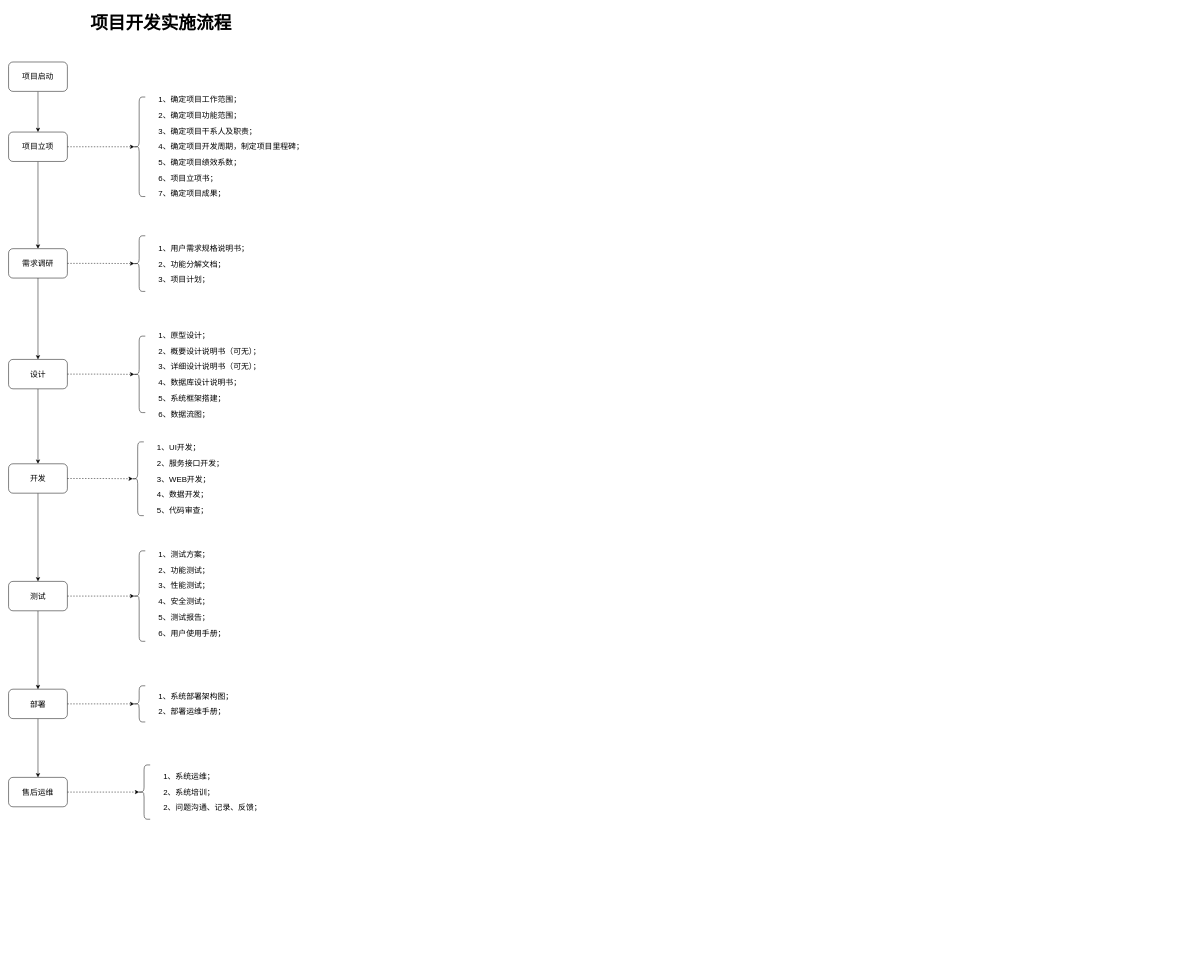
Earlier version of the draw.io diagram 项目管理&绩效考核.drawio (z-cloud-z/draw). Source tidied: cells renumbered, new cells numbered last; positions are measured from the earlier drawing's top-left corner, leaving out a move shared by most shapes. Both pictures are drawn from the tidied source at 49%, with x=0, y=0 at pixel (8, 8).
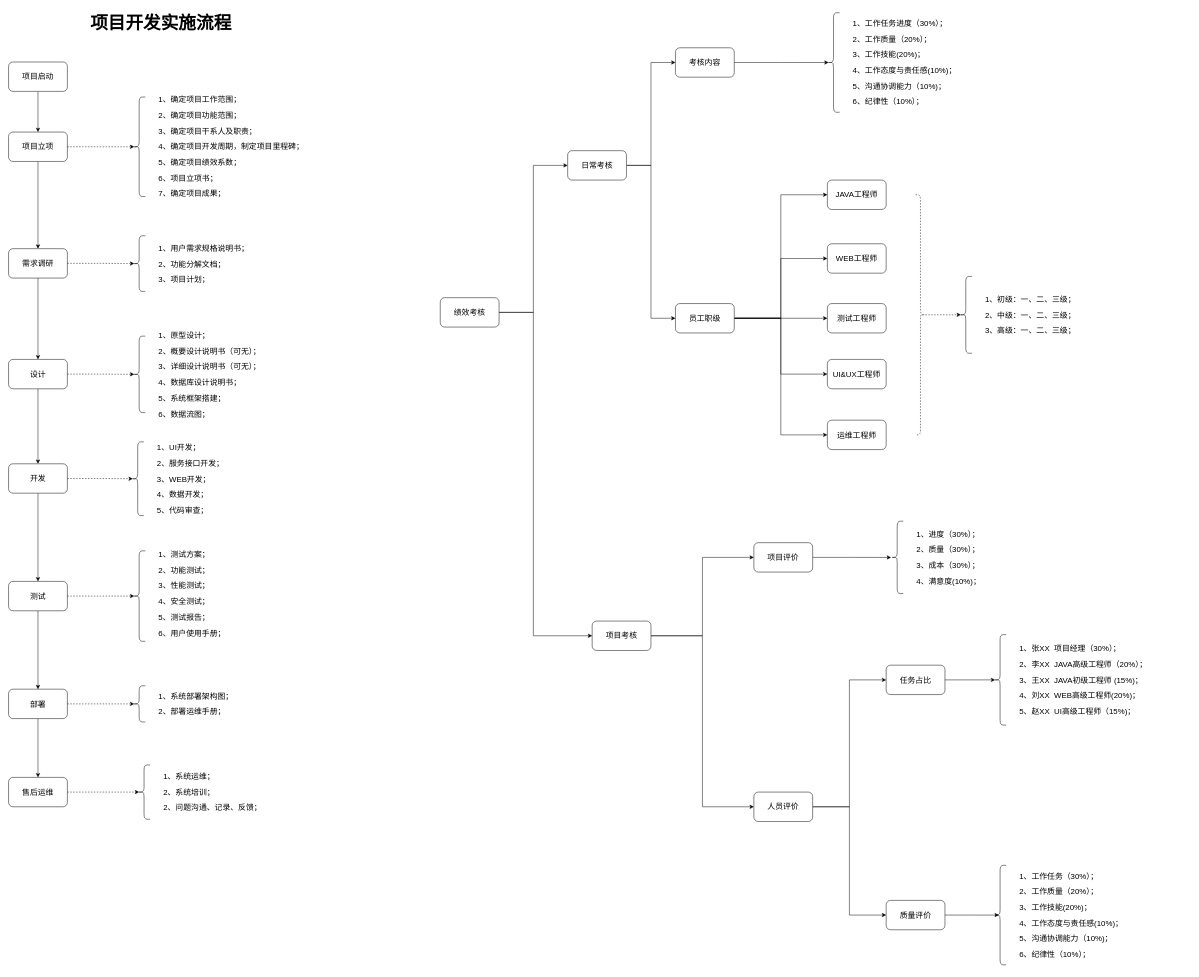
Above is the later version.

Commit message:
更新项目管理&绩效考核.drawio

The edit, as a diff of the source:
```diff
@@
+    <mxCell id="46" style="edgeStyle=orthogonalEdgeStyle;rounded=0;jettySize=auto;html=1;entryX=0;entryY=0.5;entryDx=0;entryDy=0;" parent="1" edge="1" source="48" target="52">
+      <mxGeometry relative="1" as="geometry" />
+    </mxCell>
+    <mxCell id="47" style="edgeStyle=orthogonalEdgeStyle;rounded=0;jettySize=auto;html=1;entryX=0;entryY=0.5;entryDx=0;entryDy=0;" parent="1" edge="1" source="48" target="55">
+      <mxGeometry relative="1" as="geometry">
+        <Array as="points">
+          <mxPoint x="1071" y="620" />
+          <mxPoint x="1071" y="1280" />
+        </Array>
+      </mxGeometry>
+    </mxCell>
+    <mxCell id="48" value="绩效考核" style="rounded=1;whiteSpace=wrap;html=1;fontSize=16;" parent="1" vertex="1">
+      <mxGeometry x="881" y="590" width="120" height="60" as="geometry" />
+    </mxCell>
+    <mxCell id="49" style="edgeStyle=orthogonalEdgeStyle;rounded=0;jettySize=auto;html=1;entryX=0.1;entryY=0.5;entryDx=0;entryDy=0;entryPerimeter=0;exitX=1;exitY=0.5;exitDx=0;exitDy=0;" parent="1" edge="1" source="61" target="59">
+      <mxGeometry relative="1" as="geometry" />
+    </mxCell>
+    <mxCell id="50" style="edgeStyle=orthogonalEdgeStyle;rounded=0;jettySize=auto;html=1;entryX=0;entryY=0.5;entryDx=0;entryDy=0;" parent="1" edge="1" source="52" target="61">
+      <mxGeometry relative="1" as="geometry" />
+    </mxCell>
+    <mxCell id="51" style="edgeStyle=orthogonalEdgeStyle;rounded=0;jettySize=auto;html=1;entryX=0;entryY=0.5;entryDx=0;entryDy=0;" parent="1" edge="1" source="52" target="67">
+      <mxGeometry relative="1" as="geometry" />
+    </mxCell>
+    <mxCell id="52" value="日常考核" style="rounded=1;whiteSpace=wrap;html=1;fontSize=16;" parent="1" vertex="1">
+      <mxGeometry x="1141" y="290" width="120" height="60" as="geometry" />
+    </mxCell>
+    <mxCell id="53" style="edgeStyle=orthogonalEdgeStyle;rounded=0;jettySize=auto;html=1;entryX=0;entryY=0.5;entryDx=0;entryDy=0;" parent="1" edge="1" source="55" target="57">
+      <mxGeometry relative="1" as="geometry" />
+    </mxCell>
+    <mxCell id="54" style="edgeStyle=orthogonalEdgeStyle;rounded=0;jettySize=auto;html=1;entryX=0;entryY=0.5;entryDx=0;entryDy=0;" parent="1" edge="1" source="55" target="83">
+      <mxGeometry relative="1" as="geometry" />
+    </mxCell>
+    <mxCell id="55" value="项目考核" style="rounded=1;whiteSpace=wrap;html=1;fontSize=16;" parent="1" vertex="1">
+      <mxGeometry x="1191" y="1250" width="120" height="60" as="geometry" />
+    </mxCell>
+    <mxCell id="56" style="edgeStyle=orthogonalEdgeStyle;rounded=0;jettySize=auto;html=1;" parent="1" edge="1" source="57" target="79">
+      <mxGeometry relative="1" as="geometry" />
+    </mxCell>
+    <mxCell id="57" value="项目评价" style="rounded=1;whiteSpace=wrap;html=1;fontSize=16;" parent="1" vertex="1">
+      <mxGeometry x="1521" y="1090" width="120" height="60" as="geometry" />
+    </mxCell>
+    <mxCell id="58" style="group;fontSize=16;" parent="1" vertex="1">
+      <mxGeometry x="1671" width="400" height="220" as="geometry" />
+    </mxCell>
+    <mxCell id="59" style="shape=curlyBracket;whiteSpace=wrap;html=1;rounded=1;labelPosition=left;verticalLabelPosition=middle;align=right;verticalAlign=middle;fontSize=16;" parent="58" vertex="1">
+      <mxGeometry y="8.5" width="25" height="203.1" as="geometry" />
+    </mxCell>
+    <mxCell id="60" value="&lt;p style=&quot;line-height: 100%;&quot;&gt;1、工作任务进度（30%）；&lt;/p&gt;&lt;p style=&quot;line-height: 100%;&quot;&gt;2、工作质量（20%）；&lt;/p&gt;&lt;p style=&quot;line-height: 100%;&quot;&gt;3、工作技能(20%)；&lt;/p&gt;&lt;p style=&quot;line-height: 100%;&quot;&gt;4、工作态度与责任感(10%)；&lt;/p&gt;&lt;p style=&quot;line-height: 100%;&quot;&gt;5、沟通协调能力（10%)；&lt;/p&gt;&lt;p style=&quot;line-height: 100%;&quot;&gt;6、纪律性（10%）；&lt;/p&gt;" style="text;html=1;strokeColor=none;fillColor=none;align=left;verticalAlign=middle;whiteSpace=wrap;rounded=0;horizontal=1;fontSize=16;" parent="58" vertex="1">
+      <mxGeometry x="50" width="350" height="220" as="geometry" />
+    </mxCell>
+    <mxCell id="61" value="考核内容" style="rounded=1;whiteSpace=wrap;html=1;fontSize=16;" parent="1" vertex="1">
+      <mxGeometry x="1361" y="80" width="120" height="60" as="geometry" />
+    </mxCell>
+    <mxCell id="62" style="edgeStyle=orthogonalEdgeStyle;rounded=0;jettySize=auto;html=1;entryX=0;entryY=0.5;entryDx=0;entryDy=0;" parent="1" edge="1" source="67" target="69">
+      <mxGeometry relative="1" as="geometry" />
+    </mxCell>
+    <mxCell id="63" style="edgeStyle=orthogonalEdgeStyle;rounded=0;jettySize=auto;html=1;entryX=0;entryY=0.5;entryDx=0;entryDy=0;" parent="1" edge="1" source="67" target="70">
+      <mxGeometry relative="1" as="geometry" />
+    </mxCell>
+    <mxCell id="64" style="edgeStyle=orthogonalEdgeStyle;rounded=0;jettySize=auto;html=1;entryX=0;entryY=0.5;entryDx=0;entryDy=0;" parent="1" edge="1" source="67" target="68">
+      <mxGeometry relative="1" as="geometry" />
+    </mxCell>
+    <mxCell id="65" style="edgeStyle=orthogonalEdgeStyle;rounded=0;jettySize=auto;html=1;entryX=0;entryY=0.5;entryDx=0;entryDy=0;" parent="1" edge="1" source="67" target="71">
+      <mxGeometry relative="1" as="geometry" />
+    </mxCell>
+    <mxCell id="66" style="edgeStyle=orthogonalEdgeStyle;rounded=0;jettySize=auto;html=1;entryX=0;entryY=0.5;entryDx=0;entryDy=0;" parent="1" edge="1" source="67" target="72">
+      <mxGeometry relative="1" as="geometry" />
+    </mxCell>
+    <mxCell id="67" value="员工职级" style="rounded=1;whiteSpace=wrap;html=1;fontSize=16;" parent="1" vertex="1">
+      <mxGeometry x="1361" y="602" width="120" height="60" as="geometry" />
+    </mxCell>
+    <mxCell id="68" value="JAVA工程师" style="rounded=1;whiteSpace=wrap;html=1;fontSize=16;" parent="1" vertex="1">
+      <mxGeometry x="1671" y="350" width="120" height="60" as="geometry" />
+    </mxCell>
+    <mxCell id="69" value="测试工程师" style="rounded=1;whiteSpace=wrap;html=1;fontSize=16;" parent="1" vertex="1">
+      <mxGeometry x="1671" y="602" width="120" height="60" as="geometry" />
+    </mxCell>
+    <mxCell id="70" value="WEB工程师" style="rounded=1;whiteSpace=wrap;html=1;fontSize=16;" parent="1" vertex="1">
+      <mxGeometry x="1671" y="480" width="120" height="60" as="geometry" />
+    </mxCell>
+    <mxCell id="71" value="UI&amp;amp;UX工程师" style="rounded=1;whiteSpace=wrap;html=1;fontSize=16;" parent="1" vertex="1">
+      <mxGeometry x="1671" y="716" width="120" height="60" as="geometry" />
+    </mxCell>
+    <mxCell id="72" value="运维工程师" style="rounded=1;whiteSpace=wrap;html=1;fontSize=16;" parent="1" vertex="1">
+      <mxGeometry x="1671" y="840" width="120" height="60" as="geometry" />
+    </mxCell>
+    <mxCell id="73" style="group;fontSize=16;" parent="1" vertex="1">
+      <mxGeometry x="1941" y="540" width="400" height="170" as="geometry" />
+    </mxCell>
+    <mxCell id="74" style="shape=curlyBracket;whiteSpace=wrap;html=1;rounded=1;labelPosition=left;verticalLabelPosition=middle;align=right;verticalAlign=middle;fontSize=16;" parent="73" vertex="1">
+      <mxGeometry y="6.5" width="25" height="156.9" as="geometry" />
+    </mxCell>
+    <mxCell id="75" value="&lt;p style=&quot;line-height: 100%;&quot;&gt;1、初级：一、二、三级；&lt;/p&gt;&lt;p style=&quot;line-height: 100%;&quot;&gt;2、中&lt;span style=&quot;background-color: initial;&quot;&gt;级：一、二、三级；&lt;/span&gt;&lt;/p&gt;&lt;p style=&quot;line-height: 100%;&quot;&gt;3、高&lt;span style=&quot;background-color: initial;&quot;&gt;级：一、二、三级；&lt;/span&gt;&lt;/p&gt;" style="text;html=1;strokeColor=none;fillColor=none;align=left;verticalAlign=middle;whiteSpace=wrap;rounded=0;horizontal=1;fontSize=16;" parent="73" vertex="1">
+      <mxGeometry x="50" width="350" height="170" as="geometry" />
+    </mxCell>
+    <mxCell id="76" style="shape=curlyBracket;whiteSpace=wrap;html=1;rounded=1;flipH=1;labelPosition=right;verticalLabelPosition=middle;align=left;verticalAlign=middle;dashed=1;" parent="1" vertex="1">
+      <mxGeometry x="1851" y="380" width="20" height="490" as="geometry" />
+    </mxCell>
+    <mxCell id="77" style="edgeStyle=orthogonalEdgeStyle;rounded=0;jettySize=auto;html=1;entryX=0.1;entryY=0.5;entryDx=0;entryDy=0;entryPerimeter=0;dashed=1;" parent="1" edge="1" source="76" target="74">
+      <mxGeometry relative="1" as="geometry" />
+    </mxCell>
+    <mxCell id="78" style="group;fontSize=16;" parent="1" vertex="1">
+      <mxGeometry x="1801" y="1040" width="400" height="160" as="geometry" />
+    </mxCell>
+    <mxCell id="79" style="shape=curlyBracket;whiteSpace=wrap;html=1;rounded=1;labelPosition=left;verticalLabelPosition=middle;align=right;verticalAlign=middle;fontSize=16;" parent="78" vertex="1">
+      <mxGeometry y="6.2" width="25" height="147.7" as="geometry" />
+    </mxCell>
+    <mxCell id="80" value="&lt;p style=&quot;line-height: 100%;&quot;&gt;1、进度（30%）；&lt;/p&gt;&lt;p style=&quot;line-height: 100%;&quot;&gt;2、质量（30%）；&lt;/p&gt;&lt;p style=&quot;line-height: 100%;&quot;&gt;3、成本（30%）；&lt;/p&gt;&lt;p style=&quot;line-height: 100%;&quot;&gt;4、满意度(10%)；&lt;/p&gt;" style="text;html=1;strokeColor=none;fillColor=none;align=left;verticalAlign=middle;whiteSpace=wrap;rounded=0;horizontal=1;fontSize=16;" parent="78" vertex="1">
+      <mxGeometry x="50" width="350" height="160" as="geometry" />
+    </mxCell>
+    <mxCell id="81" style="edgeStyle=orthogonalEdgeStyle;rounded=0;jettySize=auto;html=1;entryX=0;entryY=0.5;entryDx=0;entryDy=0;" parent="1" edge="1" source="83" target="84">
+      <mxGeometry relative="1" as="geometry" />
+    </mxCell>
+    <mxCell id="82" style="edgeStyle=orthogonalEdgeStyle;rounded=0;jettySize=auto;html=1;entryX=0;entryY=0.5;entryDx=0;entryDy=0;" parent="1" edge="1" source="83" target="85">
+      <mxGeometry relative="1" as="geometry" />
+    </mxCell>
+    <mxCell id="83" value="人员评价" style="rounded=1;whiteSpace=wrap;html=1;fontSize=16;" parent="1" vertex="1">
+      <mxGeometry x="1521" y="1599" width="120" height="60" as="geometry" />
+    </mxCell>
+    <mxCell id="84" value="任务占比" style="rounded=1;whiteSpace=wrap;html=1;fontSize=16;" parent="1" vertex="1">
+      <mxGeometry x="1791" y="1340" width="120" height="60" as="geometry" />
+    </mxCell>
+    <mxCell id="85" value="质量评价" style="rounded=1;whiteSpace=wrap;html=1;fontSize=16;" parent="1" vertex="1">
+      <mxGeometry x="1791" y="1820" width="120" height="60" as="geometry" />
+    </mxCell>
+    <mxCell id="86" style="group;fontSize=16;" parent="1" vertex="1">
+      <mxGeometry x="2011" y="1740" width="400" height="220" as="geometry" />
+    </mxCell>
+    <mxCell id="87" style="shape=curlyBracket;whiteSpace=wrap;html=1;rounded=1;labelPosition=left;verticalLabelPosition=middle;align=right;verticalAlign=middle;fontSize=16;" parent="86" vertex="1">
+      <mxGeometry y="8.5" width="25" height="203.1" as="geometry" />
+    </mxCell>
+    <mxCell id="88" value="&lt;p style=&quot;line-height: 100%;&quot;&gt;1、工作任务（30%）；&lt;/p&gt;&lt;p style=&quot;line-height: 100%;&quot;&gt;2、工作质量（20%）；&lt;/p&gt;&lt;p style=&quot;line-height: 100%;&quot;&gt;3、工作技能(20%)；&lt;/p&gt;&lt;p style=&quot;line-height: 100%;&quot;&gt;4、工作态度与责任感(10%)；&lt;/p&gt;&lt;p style=&quot;line-height: 100%;&quot;&gt;5、沟通协调能力（10%)；&lt;/p&gt;&lt;p style=&quot;line-height: 100%;&quot;&gt;6、纪律性（10%）；&lt;/p&gt;" style="text;html=1;strokeColor=none;fillColor=none;align=left;verticalAlign=middle;whiteSpace=wrap;rounded=0;horizontal=1;fontSize=16;" parent="86" vertex="1">
+      <mxGeometry x="50" width="350" height="220" as="geometry" />
+    </mxCell>
+    <mxCell id="89" style="edgeStyle=orthogonalEdgeStyle;rounded=0;jettySize=auto;html=1;entryX=0.4;entryY=0.5;entryDx=0;entryDy=0;entryPerimeter=0;" parent="1" edge="1" source="85" target="87">
+      <mxGeometry relative="1" as="geometry" />
+    </mxCell>
+    <mxCell id="90" style="group;fontSize=16;" parent="1" vertex="1">
+      <mxGeometry x="2011" y="1270" width="400" height="200" as="geometry" />
+    </mxCell>
+    <mxCell id="91" style="shape=curlyBracket;whiteSpace=wrap;html=1;rounded=1;labelPosition=left;verticalLabelPosition=middle;align=right;verticalAlign=middle;fontSize=16;" parent="90" vertex="1">
+      <mxGeometry y="7.7" width="25" height="184.6" as="geometry" />
+    </mxCell>
+    <mxCell id="92" value="&lt;p style=&quot;line-height: 100%;&quot;&gt;1、张XX&amp;nbsp; 项目经理（30%）；&lt;/p&gt;&lt;p style=&quot;line-height: 100%;&quot;&gt;2、李XX&amp;nbsp; JAVA高级工程师（20%）；&lt;/p&gt;&lt;p style=&quot;line-height: 100%;&quot;&gt;3、王XX&amp;nbsp; JAVA初级工程师 (15%)；&lt;/p&gt;&lt;p style=&quot;line-height: 100%;&quot;&gt;4、刘XX&amp;nbsp; WEB高级工程师(20%)；&lt;/p&gt;&lt;p style=&quot;line-height: 100%;&quot;&gt;5、赵XX&amp;nbsp; UI高级工程师（15%)；&lt;/p&gt;" style="text;html=1;strokeColor=none;fillColor=none;align=left;verticalAlign=middle;whiteSpace=wrap;rounded=0;horizontal=1;fontSize=16;" parent="90" vertex="1">
+      <mxGeometry x="50" width="350" height="200" as="geometry" />
+    </mxCell>
+    <mxCell id="93" style="edgeStyle=orthogonalEdgeStyle;rounded=0;jettySize=auto;html=1;entryX=0.1;entryY=0.5;entryDx=0;entryDy=0;entryPerimeter=0;" parent="1" edge="1" source="84" target="91">
+      <mxGeometry relative="1" as="geometry" />
+    </mxCell>
```
